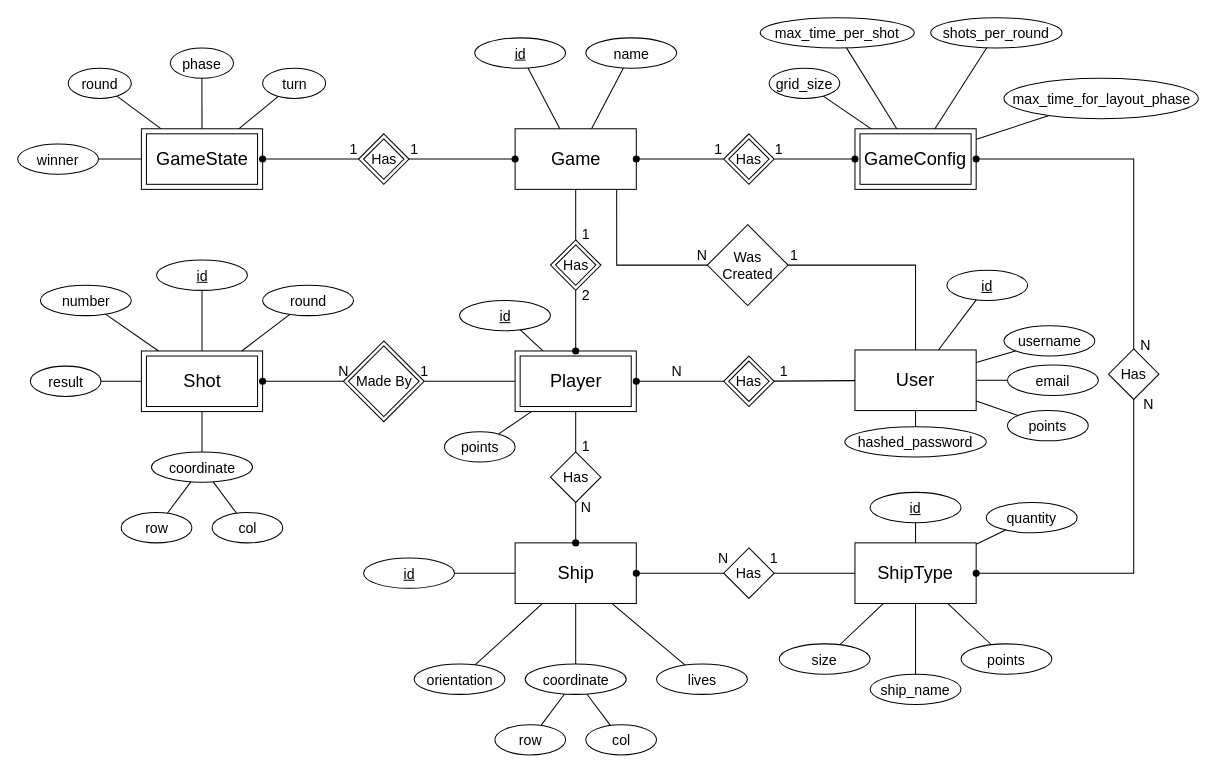
Above: docs/battleships-db/battleships-diagrams.drawio in bodybuilders-team/battleships-web (draw.io), before the change. Source tidied: cells renumbered, new cells numbered last; positions are measured from the earlier drawing's top-left corner, leaving out a move shared by most shapes. Both pictures are drawn from the tidied source at 101%, with x=0, y=0 at pixel (17, 17).
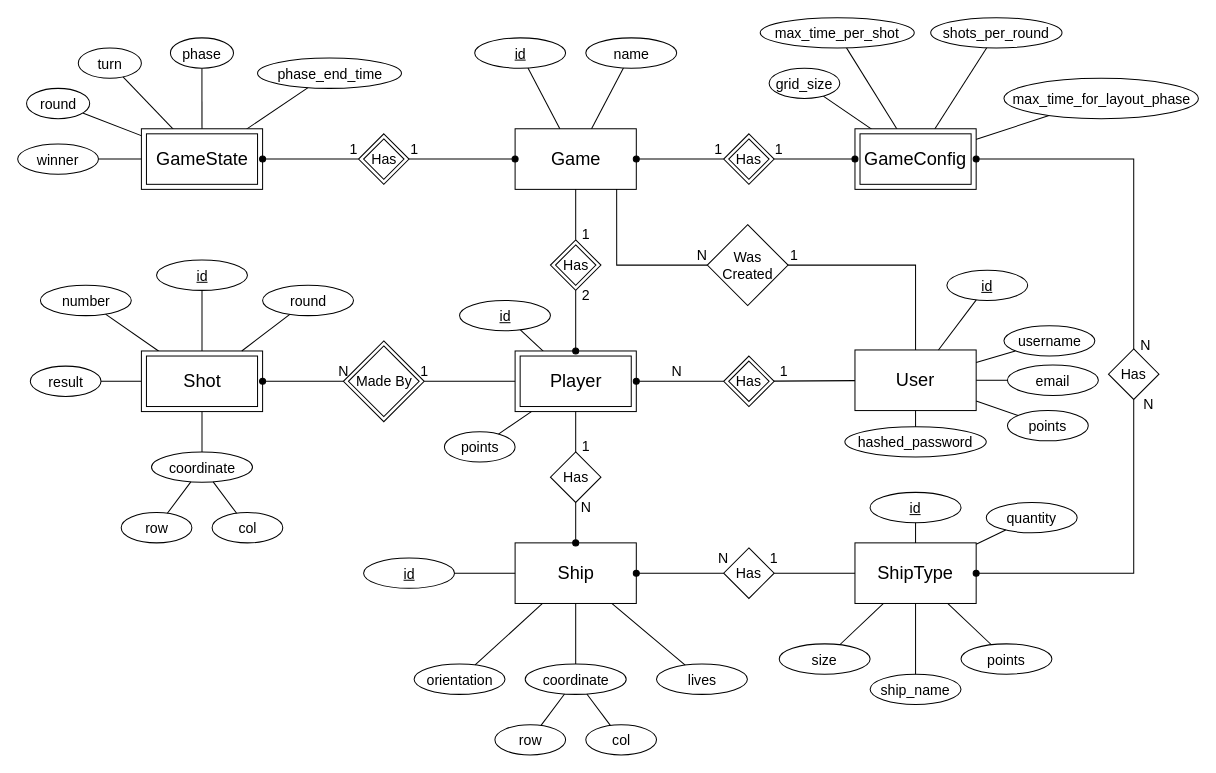
The same diagram, later.

Unchanged cells that the change refers to:
```xml
<mxCell id="117" style="rounded=0;whiteSpace=wrap;html=1;fillColor=none;" parent="1" vertex="1">
  <mxGeometry x="127.5" y="115" width="110" height="50" as="geometry" />
</mxCell>
```

The edit, as a diff of the source:
```diff
@@
+    <mxCell id="134" style="endArrow=none;html=1;rounded=0;fontSize=14;" parent="1" edge="1" source="117" target="135">
+      <mxGeometry relative="1" as="geometry" />
+    </mxCell>
@@
     <mxCell id="109" value="&lt;span style=&quot;font-size: 14px&quot;&gt;turn&lt;/span&gt;" style="ellipse;whiteSpace=wrap;html=1;fontSize=18;" parent="1" vertex="1">
-      <mxGeometry x="242.5" y="50" width="62.5" height="30" as="geometry" />
+      <mxGeometry x="60" y="30" width="62.5" height="30" as="geometry" />
     </mxCell>
     <mxCell id="110" value="&lt;span style=&quot;font-size: 14px&quot;&gt;round&lt;/span&gt;" style="ellipse;whiteSpace=wrap;html=1;fontSize=18;" parent="1" vertex="1">
-      <mxGeometry x="50" y="50" width="62.5" height="30" as="geometry" />
+      <mxGeometry x="8.8" y="70" width="62.5" height="30" as="geometry" />
     </mxCell>
     <mxCell id="111" value="&lt;span style=&quot;font-size: 14px&quot;&gt;phase&lt;/span&gt;" style="ellipse;whiteSpace=wrap;html=1;fontSize=18;" parent="1" vertex="1">
-      <mxGeometry x="151.2" y="30" width="62.5" height="30" as="geometry" />
+      <mxGeometry x="151.2" y="20" width="62.5" height="30" as="geometry" />
     </mxCell>
@@
+    <mxCell id="135" value="&lt;span style=&quot;font-size: 14px&quot;&gt;phase_end_time&lt;/span&gt;" style="ellipse;whiteSpace=wrap;html=1;fontSize=18;" parent="1" vertex="1">
+      <mxGeometry x="237.5" y="40" width="142.5" height="30" as="geometry" />
+    </mxCell>
```
